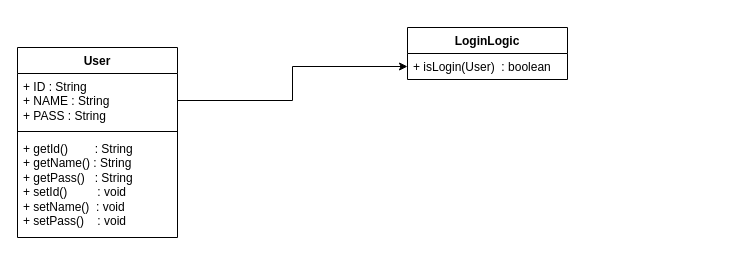
The draw.io diagram page "クラス図" (1 of 2) of 名称未設定ファイル.drawio in Masaaki-Kobayashi-kccs/sampleRepo2, before the edit. Source tidied: cells renumbered, new cells numbered last; positions are measured from the earlier drawing's top-left corner, leaving out a move shared by most shapes. Both pictures are drawn from the tidied source at 100%, with x=0, y=0 at pixel (17, 27).
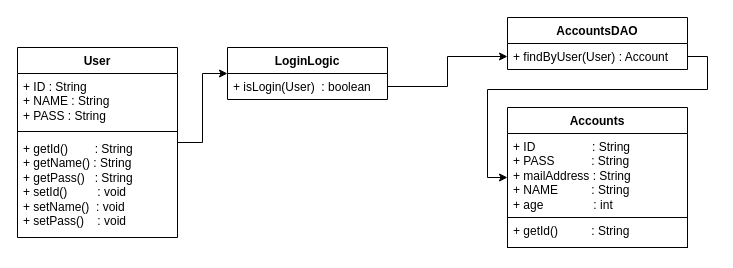
After the change.

Commit message (it also covers changes not shown here):
名称未設定ファイル.drawio を更新します

What changed in the source:
```diff
@@
 <mxGraphModel>
   <root>
     <mxCell id="0" />
     <mxCell id="1" parent="0" />
+    <mxCell id="9" style="edgeStyle=orthogonalEdgeStyle;rounded=0;jettySize=auto;html=1;entryX=0;entryY=0.5;entryDx=0;entryDy=0;" parent="1" edge="1" source="2" target="6">
+      <mxGeometry relative="1" as="geometry" />
+    </mxCell>
     <mxCell id="2" value="User" style="swimlane;fontStyle=1;align=center;verticalAlign=top;horizontal=1;startSize=26;whiteSpace=wrap;html=1;" parent="1" vertex="1">
       <mxGeometry y="20" width="160" height="190" as="geometry" />
     </mxCell>
     <mxCell id="3" value="+ ID : String&lt;div&gt;+ NAME : String&lt;br&gt;&lt;/div&gt;&lt;div&gt;+ PASS : String&lt;br&gt;&lt;/div&gt;" style="text;strokeColor=none;fillColor=none;align=left;verticalAlign=top;spacingLeft=4;spacingRight=4;overflow=hidden;points=[[0,0.5],[1,0.5]];portConstraint=eastwest;whiteSpace=wrap;html=1;" parent="2" vertex="1">
       <mxGeometry y="26" width="160" height="54" as="geometry" />
     </mxCell>
     <mxCell id="4" style="line;strokeWidth=1;fillColor=none;align=left;verticalAlign=middle;spacingTop=-1;spacingLeft=3;spacingRight=3;labelPosition=right;strokeColor=inherit;" parent="2" vertex="1">
       <mxGeometry y="80" width="160" height="8" as="geometry" />
     </mxCell>
     <mxCell id="5" value="+ getId()&amp;nbsp; &amp;nbsp; &amp;nbsp; &amp;nbsp; : String&lt;div&gt;+ getName() : String&lt;/div&gt;&lt;div&gt;+ getPass()&amp;nbsp; &amp;nbsp;: String&lt;/div&gt;&lt;div&gt;+ setId()&amp;nbsp; &amp;nbsp; &amp;nbsp; &amp;nbsp; &amp;nbsp;: void&lt;/div&gt;&lt;div&gt;+ setName()&amp;nbsp; : void&lt;/div&gt;&lt;div&gt;+ setPass()&amp;nbsp; &amp;nbsp; : void&lt;/div&gt;" style="text;strokeColor=none;fillColor=none;align=left;verticalAlign=top;spacingLeft=4;spacingRight=4;overflow=hidden;whiteSpace=wrap;html=1;" parent="2" vertex="1">
       <mxGeometry y="88" width="160" height="102" as="geometry" />
     </mxCell>
     <mxCell id="6" value="LoginLogic" style="swimlane;fontStyle=1;align=center;verticalAlign=top;horizontal=1;startSize=26;whiteSpace=wrap;html=1;" parent="1" vertex="1">
-      <mxGeometry x="390" width="160" height="52" as="geometry" />
+      <mxGeometry x="210" y="20" width="160" height="52" as="geometry" />
     </mxCell>
     <mxCell id="7" value="+ isLogin(User)&amp;nbsp; : boolean" style="text;strokeColor=none;fillColor=none;align=left;verticalAlign=top;spacingLeft=4;spacingRight=4;overflow=hidden;points=[[0,0.5],[1,0.5]];portConstraint=eastwest;whiteSpace=wrap;html=1;" parent="6" vertex="1">
       <mxGeometry y="26" width="160" height="26" as="geometry" />
     </mxCell>
-    <mxCell id="8" style="edgeStyle=orthogonalEdgeStyle;rounded=0;jettySize=auto;html=1;entryX=0;entryY=0.5;entryDx=0;entryDy=0;" parent="1" edge="1" source="3" target="7">
-      <mxGeometry relative="1" as="geometry" />
-    </mxCell>
+    <mxCell id="10" value="AccountsDAO" style="swimlane;fontStyle=1;align=center;verticalAlign=top;horizontal=1;startSize=26;whiteSpace=wrap;html=1;" parent="1" vertex="1">
+      <mxGeometry x="490" y="-10" width="180" height="52" as="geometry" />
+    </mxCell>
+    <mxCell id="11" value="+ findByUser(User) : Account&amp;nbsp;" style="text;strokeColor=none;fillColor=none;align=left;verticalAlign=top;spacingLeft=4;spacingRight=4;overflow=hidden;points=[[0,0.5],[1,0.5]];portConstraint=eastwest;whiteSpace=wrap;html=1;" parent="10" vertex="1">
+      <mxGeometry y="26" width="180" height="26" as="geometry" />
+    </mxCell>
+    <mxCell id="12" value="Accounts" style="swimlane;fontStyle=1;align=center;verticalAlign=top;horizontal=1;startSize=26;whiteSpace=wrap;html=1;" parent="1" vertex="1">
+      <mxGeometry x="490" y="80" width="180" height="140" as="geometry" />
+    </mxCell>
+    <mxCell id="13" value="+ ID&amp;nbsp; &amp;nbsp; &amp;nbsp; &amp;nbsp; &amp;nbsp; &amp;nbsp; &amp;nbsp; &amp;nbsp; &amp;nbsp;: String&lt;div&gt;+ PASS&amp;nbsp; &amp;nbsp; &amp;nbsp; &amp;nbsp; &amp;nbsp; &amp;nbsp;: String&lt;/div&gt;&lt;div&gt;+ mailAddress : String&lt;br&gt;&lt;/div&gt;&lt;div&gt;+ NAME&amp;nbsp; &amp;nbsp; &amp;nbsp; &amp;nbsp; &amp;nbsp; : String&lt;/div&gt;&lt;div&gt;+ age&amp;nbsp; &amp;nbsp; &amp;nbsp; &amp;nbsp; &amp;nbsp; &amp;nbsp; &amp;nbsp; &amp;nbsp;: int&lt;/div&gt;" style="text;strokeColor=none;fillColor=none;align=left;verticalAlign=top;spacingLeft=4;spacingRight=4;overflow=hidden;whiteSpace=wrap;html=1;" parent="12" vertex="1">
+      <mxGeometry y="26" width="180" height="84" as="geometry" />
+    </mxCell>
+    <mxCell id="14" value="+ getId()&amp;nbsp; &amp;nbsp; &amp;nbsp; &amp;nbsp; &amp;nbsp; : String" style="text;strokeColor=default;fillColor=none;align=left;verticalAlign=top;spacingLeft=4;spacingRight=4;overflow=hidden;whiteSpace=wrap;html=1;" parent="12" vertex="1">
+      <mxGeometry y="110" width="180" height="30" as="geometry" />
+    </mxCell>
+    <mxCell id="15" style="edgeStyle=orthogonalEdgeStyle;rounded=0;jettySize=auto;html=1;exitX=1;exitY=0.5;exitDx=0;exitDy=0;entryX=0;entryY=0.5;entryDx=0;entryDy=0;" parent="1" edge="1" source="7" target="11">
+      <mxGeometry relative="1" as="geometry" />
+    </mxCell>
+    <mxCell id="16" style="edgeStyle=orthogonalEdgeStyle;rounded=0;jettySize=auto;html=1;exitX=1;exitY=0.5;exitDx=0;exitDy=0;entryX=0;entryY=0.5;entryDx=0;entryDy=0;" parent="1" edge="1" source="11" target="12">
+      <mxGeometry relative="1" as="geometry" />
+    </mxCell>
   </root>
 </mxGraphModel>
```
